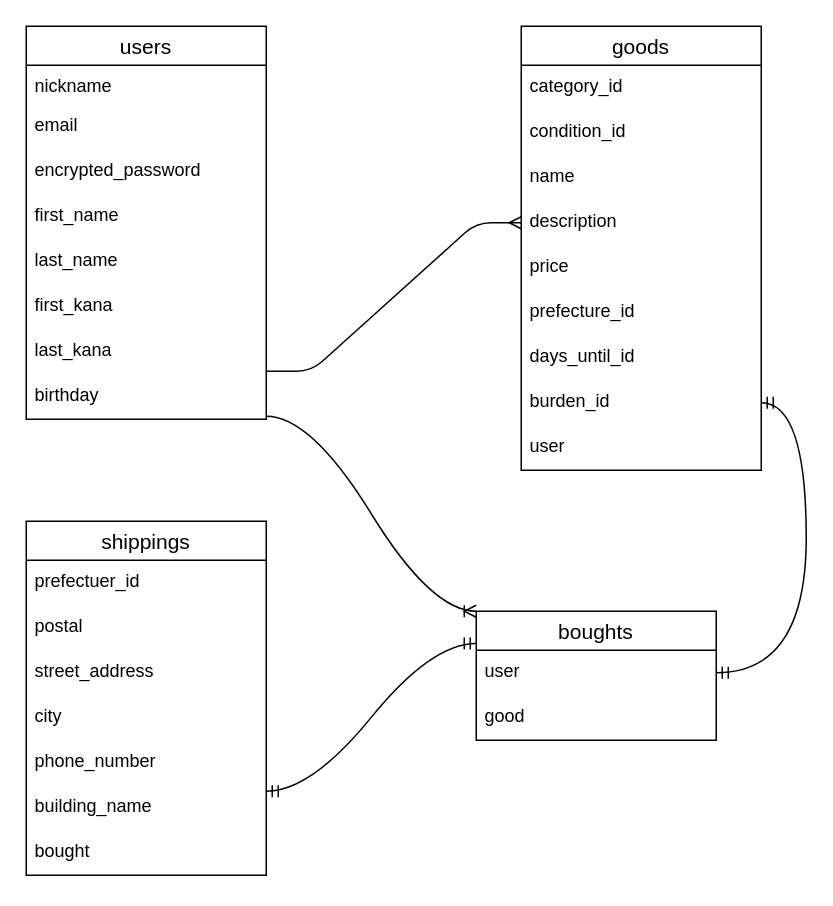
This is test.dio from mikuto17/furima-40060, a draw.io file, before an edit. Source tidied: cells renumbered, new cells numbered last; positions are measured from the earlier drawing's top-left corner, leaving out a move shared by most shapes. Both pictures are drawn from the tidied source at 150%, with x=0, y=0 at pixel (26, 26).
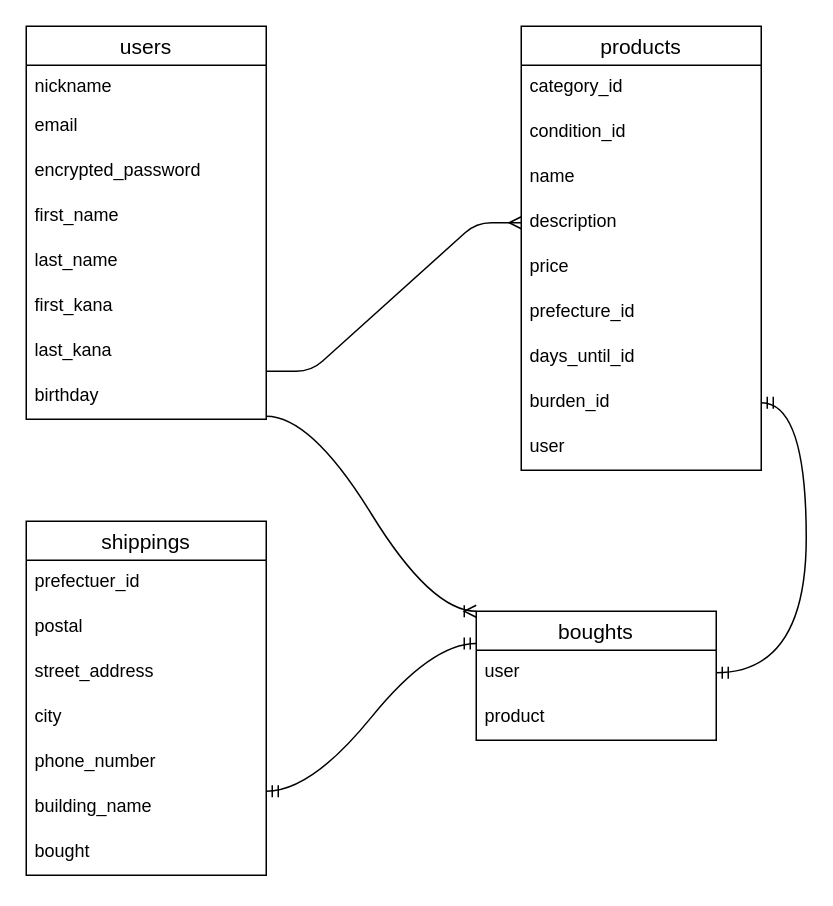
Above is the later version.

Commit message (it also covers changes not shown here):
商品名を変更

The change refers to these unchanged cells:
```xml
<mxCell id="21" value="boughts" style="swimlane;fontStyle=0;horizontal=1;startSize=26;align=center;fontSize=14;" parent="1" vertex="1">
  <mxGeometry x="300" y="390" width="160" height="86" as="geometry" />
</mxCell>
```

Diff of the diagram source:
```diff
@@
-    <mxCell id="11" value="goods" style="swimlane;fontStyle=0;horizontal=1;startSize=26;align=center;fontSize=14;" parent="1" vertex="1">
+    <mxCell id="11" value="products" style="swimlane;fontStyle=0;horizontal=1;startSize=26;align=center;fontSize=14;" parent="1" vertex="1">
       <mxGeometry x="330" width="160" height="296" as="geometry" />
     </mxCell>
@@
-    <mxCell id="23" value="good" style="text;strokeColor=none;fillColor=none;spacingLeft=4;spacingRight=4;overflow=hidden;fontSize=12;" parent="21" vertex="1">
+    <mxCell id="23" value="product" style="text;strokeColor=none;fillColor=none;spacingLeft=4;spacingRight=4;overflow=hidden;fontSize=12;" parent="21" vertex="1">
       <mxGeometry y="56" width="160" height="30" as="geometry" />
     </mxCell>
```
